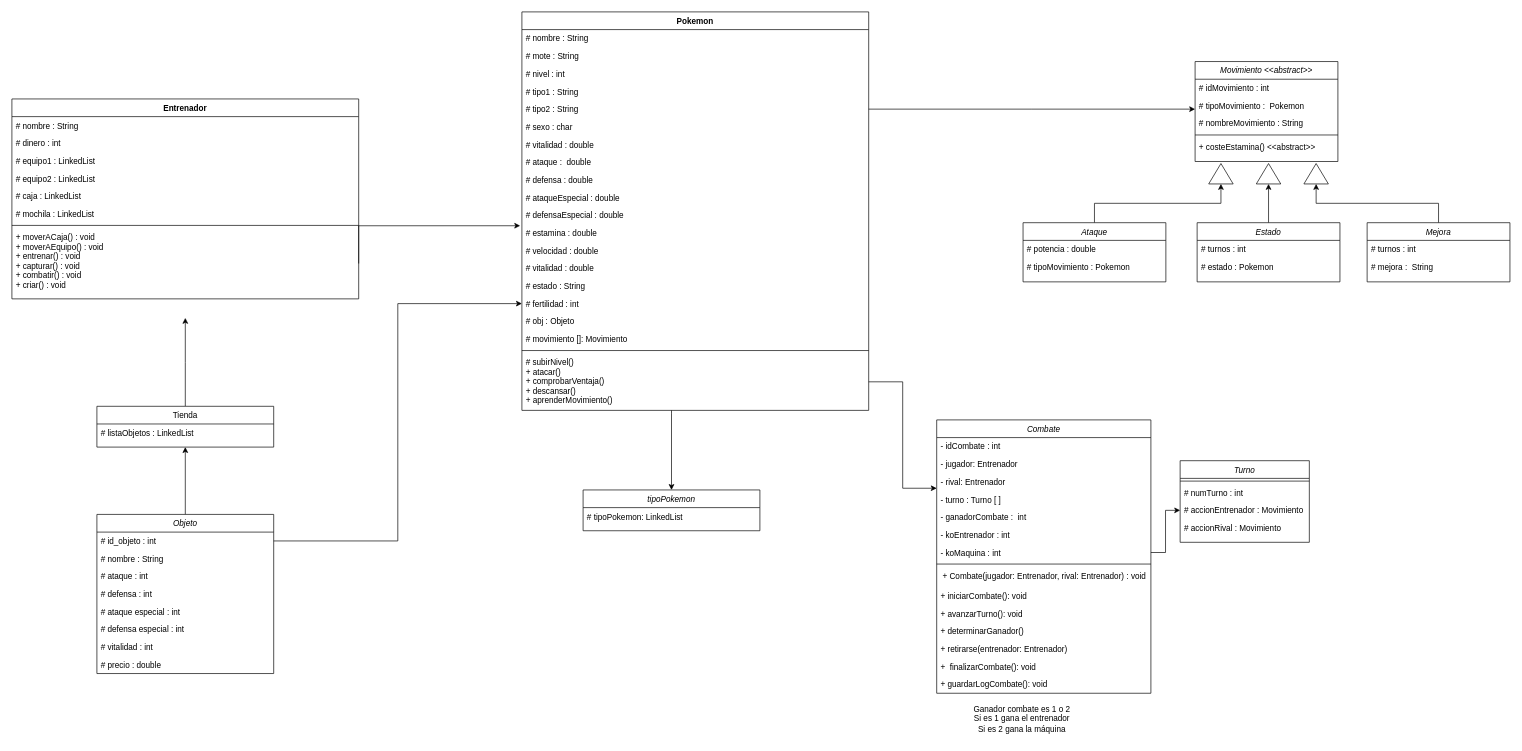
JuanSKr/pokemon-project keeps this draw.io diagram as dia/Diagrama de clases.drawio. Above is the earlier version. Source tidied: cells renumbered, new cells numbered last; positions are measured from the earlier drawing's top-left corner, leaving out a move shared by most shapes. Both pictures are drawn from the tidied source at 68%, with x=0, y=0 at pixel (12, 12).
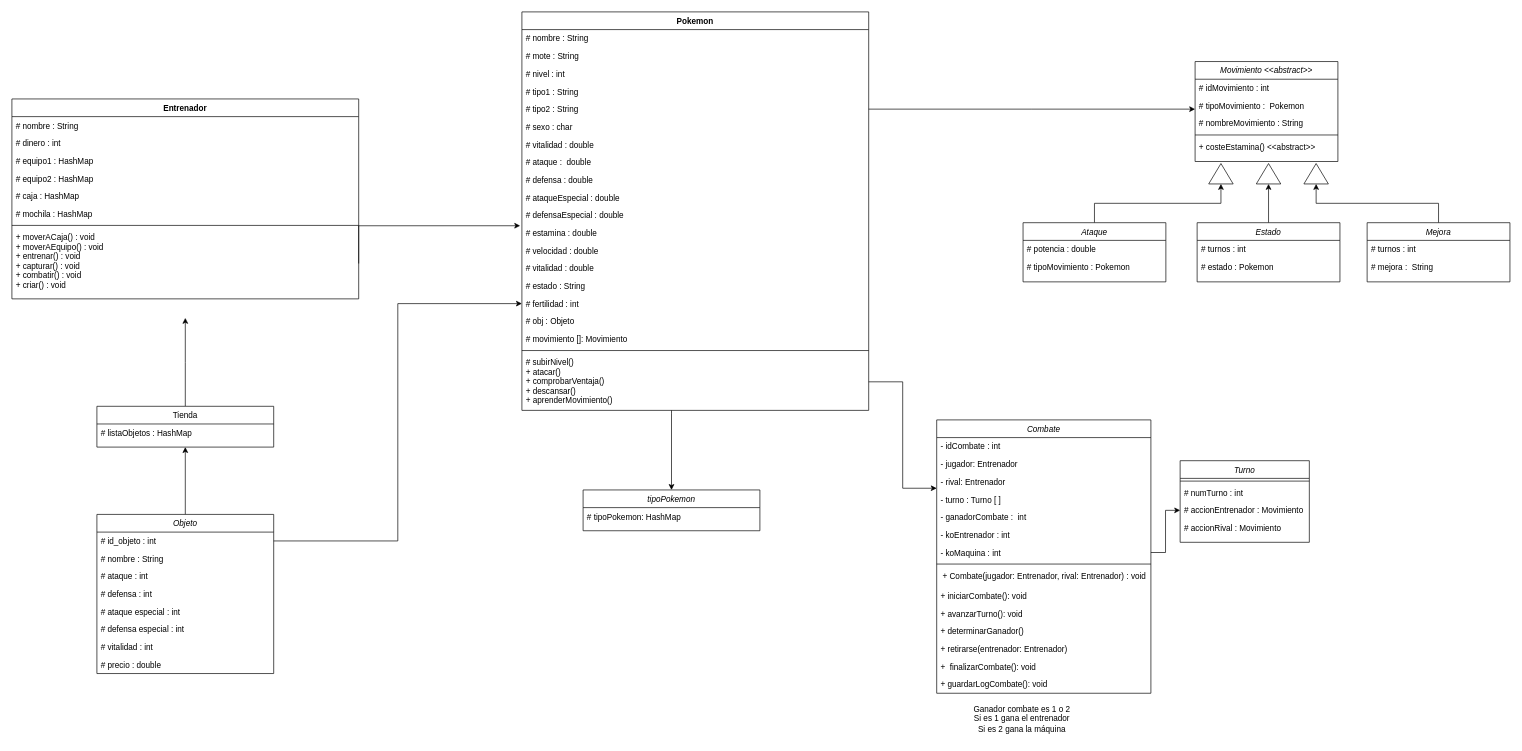
Above is the later version.

Commit message (it also covers changes not shown here):
Actualización diagrama de clases.

Se han cambiado las LinkedList por HashMaps.

Unchanged cells that the change refers to:
```xml
<mxCell id="29" value="Entrenador" style="swimlane;fontStyle=1;align=center;verticalAlign=top;horizontal=1;startSize=26;" parent="1" vertex="1">
  <mxGeometry y="128" width="510" height="294" as="geometry" />
</mxCell>
<mxCell id="87" value="tipoPokemon" style="swimlane;fontStyle=2;align=center;verticalAlign=top;horizontal=1;startSize=26;rounded=0;shadow=0;strokeWidth=1;" parent="1" vertex="1">
  <mxGeometry x="840" y="703" width="260" height="60" as="geometry" />
</mxCell>
<mxCell id="94" value="Tienda" style="swimlane;fontStyle=0;align=center;verticalAlign=top;horizontal=1;startSize=26;rounded=0;shadow=0;strokeWidth=1;" parent="1" vertex="1">
  <mxGeometry x="125" y="580" width="260" height="60" as="geometry" />
</mxCell>
```

What changed in the source:
```diff
@@
-    <mxCell id="32" value="# equipo1 : LinkedList" style="text;align=left;verticalAlign=top;spacingLeft=4;spacingRight=4;overflow=hidden;" parent="29" vertex="1">
+    <mxCell id="32" value="# equipo1 : HashMap" style="text;align=left;verticalAlign=top;spacingLeft=4;spacingRight=4;overflow=hidden;" parent="29" vertex="1">
       <mxGeometry y="78" width="510" height="26" as="geometry" />
     </mxCell>
-    <mxCell id="33" value="# equipo2 : LinkedList" style="text;align=left;verticalAlign=top;spacingLeft=4;spacingRight=4;overflow=hidden;" parent="29" vertex="1">
+    <mxCell id="33" value="# equipo2 : HashMap" style="text;align=left;verticalAlign=top;spacingLeft=4;spacingRight=4;overflow=hidden;" parent="29" vertex="1">
       <mxGeometry y="104" width="510" height="26" as="geometry" />
     </mxCell>
-    <mxCell id="34" value="# caja : LinkedList" style="text;align=left;verticalAlign=top;spacingLeft=4;spacingRight=4;overflow=hidden;" parent="29" vertex="1">
+    <mxCell id="34" value="# caja : HashMap" style="text;align=left;verticalAlign=top;spacingLeft=4;spacingRight=4;overflow=hidden;" parent="29" vertex="1">
       <mxGeometry y="130" width="510" height="26" as="geometry" />
     </mxCell>
-    <mxCell id="35" value="# mochila : LinkedList" style="text;align=left;verticalAlign=top;spacingLeft=4;spacingRight=4;overflow=hidden;" parent="29" vertex="1">
+    <mxCell id="35" value="# mochila : HashMap" style="text;align=left;verticalAlign=top;spacingLeft=4;spacingRight=4;overflow=hidden;" parent="29" vertex="1">
       <mxGeometry y="156" width="510" height="26" as="geometry" />
     </mxCell>
@@
-    <mxCell id="88" value="# tipoPokemon: LinkedList" style="text;align=left;verticalAlign=top;spacingLeft=4;spacingRight=4;overflow=hidden;fontStyle=0;" parent="87" vertex="1">
+    <mxCell id="88" value="# tipoPokemon: HashMap" style="text;align=left;verticalAlign=top;spacingLeft=4;spacingRight=4;overflow=hidden;fontStyle=0;" parent="87" vertex="1">
       <mxGeometry y="26" width="260" height="26" as="geometry" />
     </mxCell>
@@
-    <mxCell id="95" value="# listaObjetos : LinkedList" style="text;align=left;verticalAlign=top;spacingLeft=4;spacingRight=4;overflow=hidden;fontStyle=0;" parent="94" vertex="1">
+    <mxCell id="95" value="# listaObjetos : HashMap" style="text;align=left;verticalAlign=top;spacingLeft=4;spacingRight=4;overflow=hidden;fontStyle=0;" parent="94" vertex="1">
       <mxGeometry y="26" width="260" height="26" as="geometry" />
     </mxCell>
```
